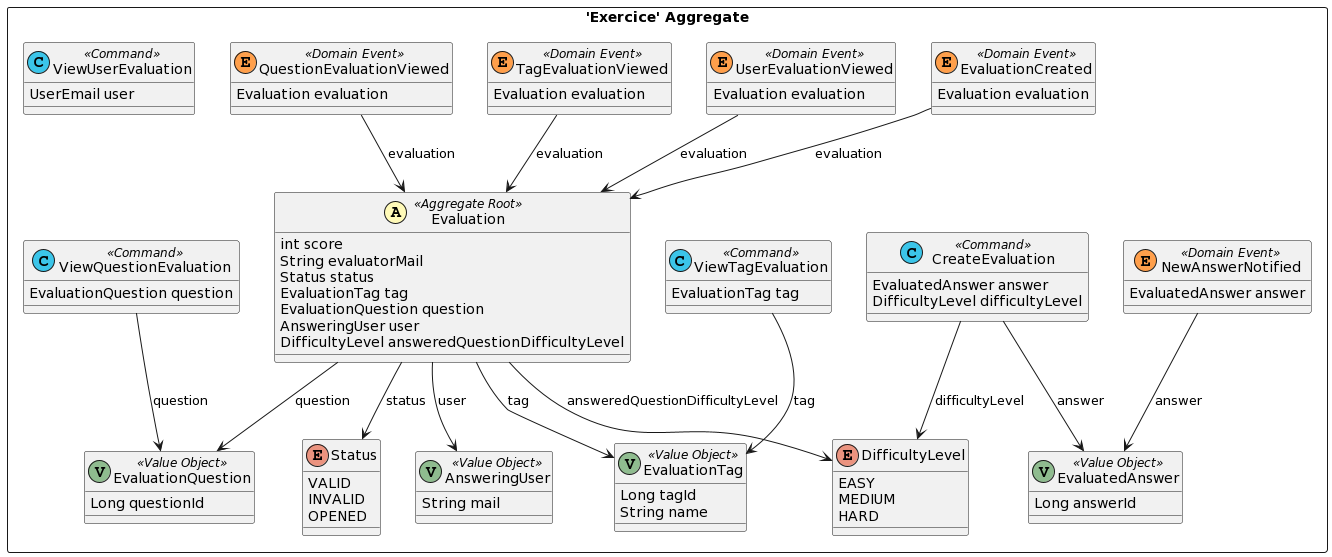
The PlantUML diagram doc/dist/src-gen/gamedev_BC_EvaluationContext_Exercice.png in esgi-lyon/question-ddd, before a commit.
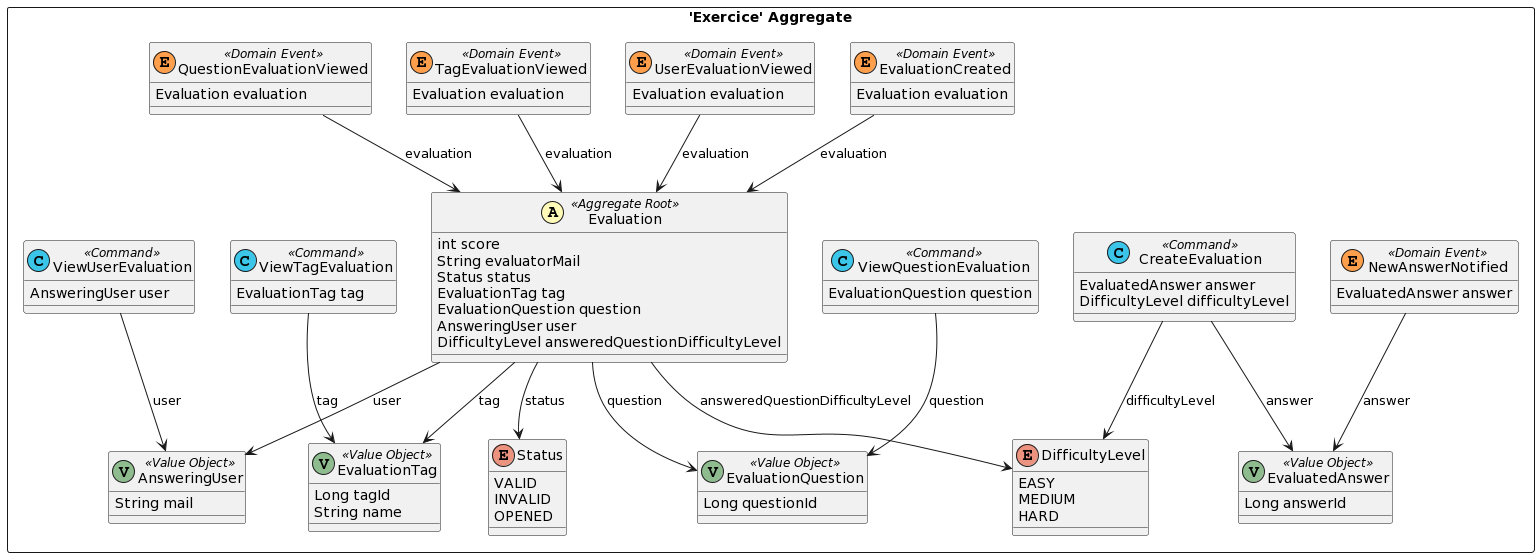
Above is the later version.

Change to the diagram source:
```diff
@@ -57,7 +57,7 @@
 		DifficultyLevel difficultyLevel
 	}
 	class ViewUserEvaluation <<(C,#3bc5e9) Command>> {
-		UserEmail user
+		AnsweringUser user
 	}
 	class ViewQuestionEvaluation <<(C,#3bc5e9) Command>> {
 		EvaluationQuestion question
@@ -72,6 +72,7 @@
 Evaluation --> DifficultyLevel : answeredQuestionDifficultyLevel
 TagEvaluationViewed --> Evaluation : evaluation
 ViewQuestionEvaluation --> EvaluationQuestion : question
+ViewUserEvaluation --> AnsweringUser : user
 Evaluation --> EvaluationTag : tag
 NewAnswerNotified --> EvaluatedAnswer : answer
 Evaluation --> AnsweringUser : user
```
